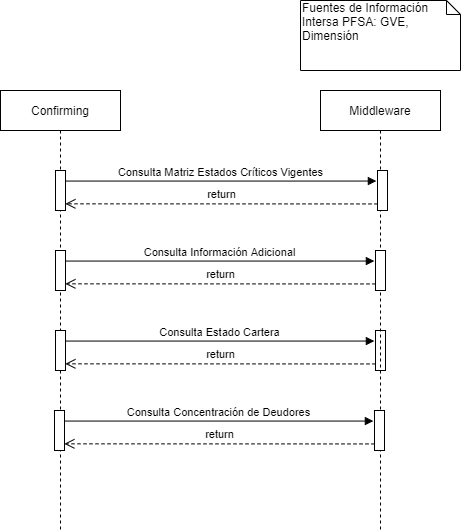
Earlier version of the draw.io export Confirming/Diagrama_secuencia_middleware_confirming.png (Derivatik/Recursos-Documentacion). Source tidied: cells renumbered, new cells last; positions are measured from the earlier drawing's top-left corner, leaving out a move shared by most shapes.
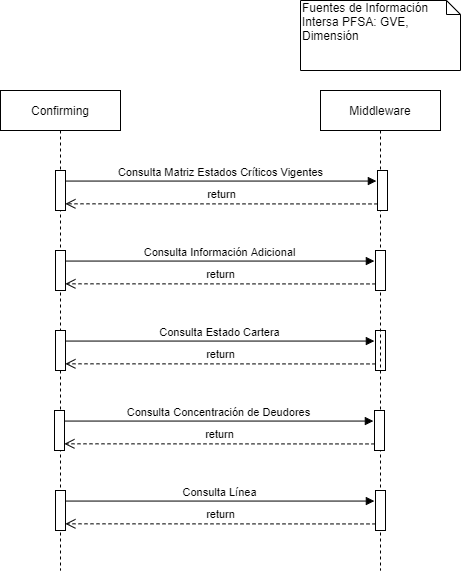
After the change.

Commit message:
confirming middleware

What changed in the source:
```diff
@@ -3,7 +3,7 @@
     <mxCell id="0" />
     <mxCell id="1" parent="0" />
     <mxCell id="2" value="Confirming" style="shape=umlLifeline;perimeter=lifelinePerimeter;whiteSpace=wrap;html=1;" parent="1" vertex="1">
-      <mxGeometry y="90" width="120" height="440" as="geometry" />
+      <mxGeometry y="90" width="120" height="480" as="geometry" />
     </mxCell>
     <mxCell id="3" style="html=1;points=[];perimeter=orthogonalPerimeter;" parent="2" vertex="1">
       <mxGeometry x="55" y="80" width="10" height="40" as="geometry" />
@@ -21,7 +21,7 @@
       <mxGeometry relative="1" as="geometry" />
     </mxCell>
     <mxCell id="8" value="Middleware" style="shape=umlLifeline;perimeter=lifelinePerimeter;whiteSpace=wrap;html=1;" parent="1" vertex="1">
-      <mxGeometry x="320" y="90" width="120" height="440" as="geometry" />
+      <mxGeometry x="320" y="90" width="120" height="480" as="geometry" />
     </mxCell>
     <mxCell id="9" style="html=1;points=[];perimeter=orthogonalPerimeter;" parent="8" vertex="1">
       <mxGeometry x="57" y="80" width="10" height="40" as="geometry" />
@@ -38,6 +38,18 @@
     <mxCell id="13" value="return" style="html=1;verticalAlign=bottom;endArrow=open;dashed=1;endSize=8;exitX=0;exitY=0.836;entryX=0.99;entryY=0.833;entryDx=0;entryDy=0;entryPerimeter=0;exitDx=0;exitDy=0;exitPerimeter=0;" parent="8" edge="1" source="11" target="10">
       <mxGeometry relative="1" as="geometry" />
     </mxCell>
+    <mxCell id="21" style="html=1;points=[];perimeter=orthogonalPerimeter;" parent="8" vertex="1">
+      <mxGeometry x="-265" y="400" width="10" height="40" as="geometry" />
+    </mxCell>
+    <mxCell id="22" style="html=1;points=[];perimeter=orthogonalPerimeter;" parent="8" vertex="1">
+      <mxGeometry x="55" y="400" width="10" height="40" as="geometry" />
+    </mxCell>
+    <mxCell id="23" value="Consulta Línea" style="html=1;verticalAlign=bottom;endArrow=block;entryX=-0.114;entryY=0.264;exitX=1;exitY=0.264;exitDx=0;exitDy=0;exitPerimeter=0;entryDx=0;entryDy=0;entryPerimeter=0;" parent="8" edge="1" source="21" target="22">
+      <mxGeometry relative="1" as="geometry" />
+    </mxCell>
+    <mxCell id="24" value="return" style="html=1;verticalAlign=bottom;endArrow=open;dashed=1;endSize=8;exitX=0;exitY=0.836;entryX=0.99;entryY=0.833;entryDx=0;entryDy=0;entryPerimeter=0;exitDx=0;exitDy=0;exitPerimeter=0;" parent="8" edge="1" source="22" target="21">
+      <mxGeometry relative="1" as="geometry" />
+    </mxCell>
     <mxCell id="14" value="Consulta Matriz Estados Críticos Vigentes" style="html=1;verticalAlign=bottom;endArrow=block;entryX=-0.114;entryY=0.264;exitX=1;exitY=0.264;exitDx=0;exitDy=0;exitPerimeter=0;entryDx=0;entryDy=0;entryPerimeter=0;" parent="1" edge="1" source="3" target="9">
       <mxGeometry relative="1" as="geometry" />
     </mxCell>
```
